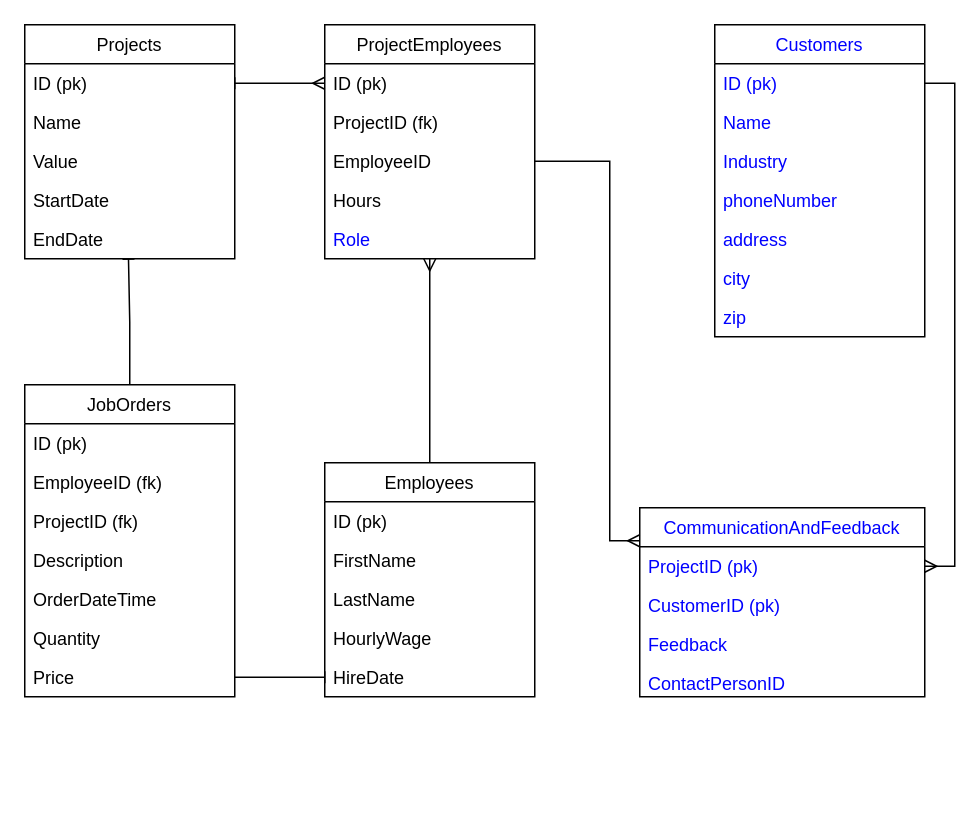
Above: ERD/Untitled Diagram.drawio in nabilah-h-s/NSL (draw.io), before the change. Source tidied: cells renumbered, new cells numbered last; positions are measured from the earlier drawing's top-left corner, leaving out a move shared by most shapes. Both pictures are drawn from the tidied source at 150%, with x=0, y=0 at pixel (24, 24).
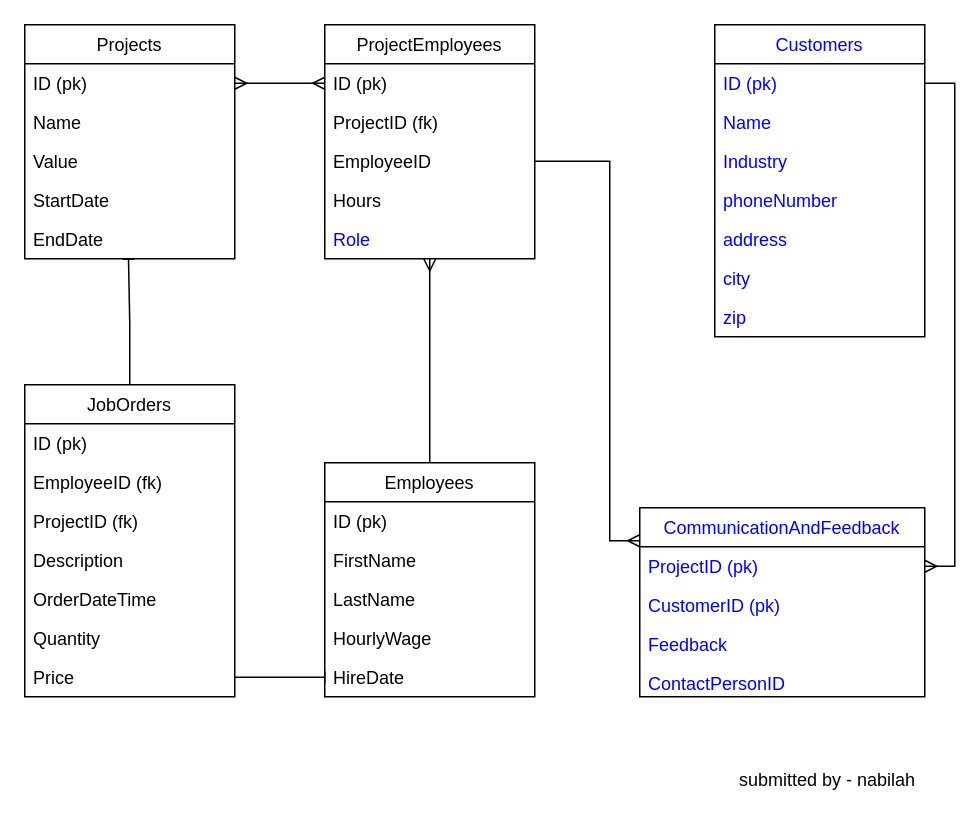
The same diagram, later.

Unchanged cells that the change refers to:
```xml
<mxCell id="3" value="ID (pk)" style="text;strokeColor=none;fillColor=none;align=left;verticalAlign=top;spacingLeft=4;spacingRight=4;overflow=hidden;points=[[0,0.5],[1,0.5]];portConstraint=eastwest;" parent="2" vertex="1">
  <mxGeometry y="26" width="140" height="26" as="geometry" />
</mxCell>
<mxCell id="25" value="ID (pk)" style="text;strokeColor=none;fillColor=none;align=left;verticalAlign=top;spacingLeft=4;spacingRight=4;overflow=hidden;points=[[0,0.5],[1,0.5]];portConstraint=eastwest;" parent="24" vertex="1">
  <mxGeometry y="26" width="140" height="26" as="geometry" />
</mxCell>
```

The edit, as a diff of the source:
```diff
@@
-    <mxCell id="46" style="edgeStyle=orthogonalEdgeStyle;rounded=0;jettySize=auto;html=1;exitX=0;exitY=0.5;exitDx=0;exitDy=0;entryX=1;entryY=0.5;entryDx=0;entryDy=0;endArrow=baseDash;endFill=0;startArrow=ERmany;startFill=0;" parent="1" edge="1" source="25" target="3">
+    <mxCell id="46" style="edgeStyle=orthogonalEdgeStyle;rounded=0;jettySize=auto;html=1;exitX=0;exitY=0.5;exitDx=0;exitDy=0;entryX=1;entryY=0.5;entryDx=0;entryDy=0;endArrow=ERmany;endFill=0;startArrow=ERmany;startFill=0;" parent="1" edge="1" source="25" target="3">
       <mxGeometry relative="1" as="geometry" />
     </mxCell>
+    <mxCell id="47" value="submitted by - nabilah" style="text;strokeColor=none;fillColor=none;align=right;verticalAlign=top;spacingLeft=4;spacingRight=4;overflow=hidden;" parent="1" vertex="1">
+      <mxGeometry x="350" y="490" width="250" height="26" as="geometry" />
+    </mxCell>
```
